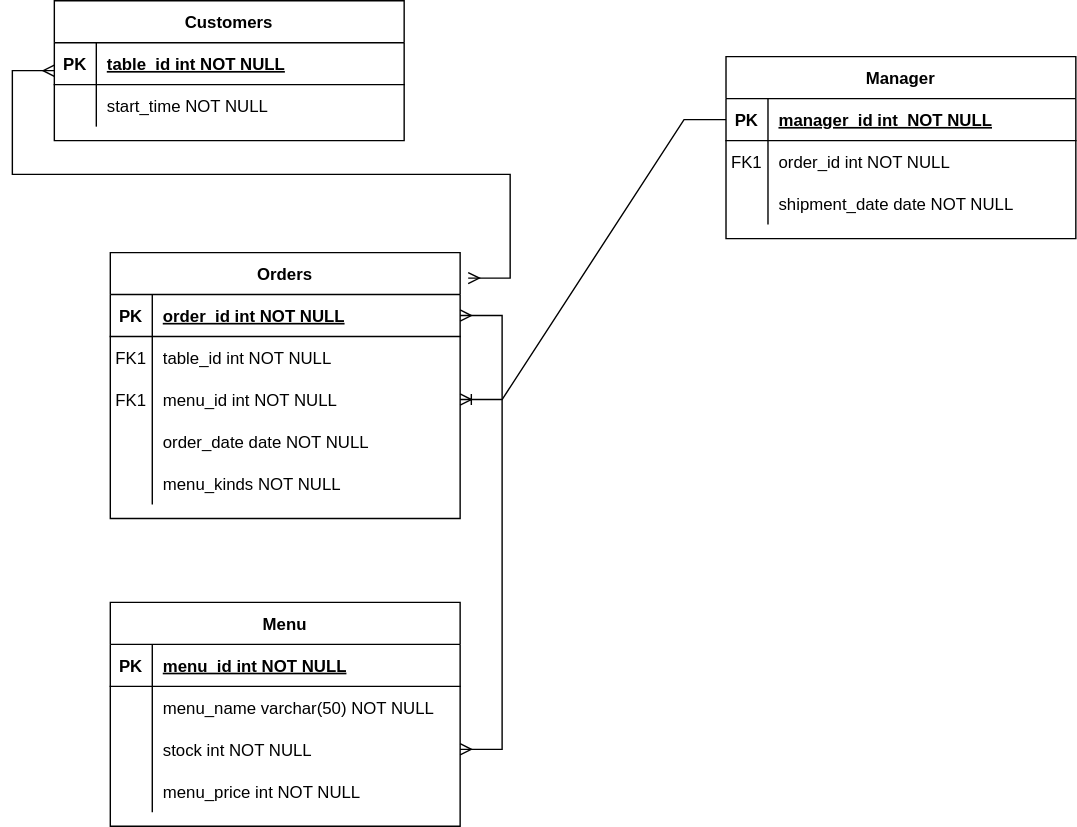
This is java-school-repeat/forProject/kiosk.drawio.svg from IamAnjaehyun/java-school, a draw.io export, as it was before one commit. Source tidied: cells renumbered, new cells last; positions are measured from the earlier drawing's top-left corner, leaving out a move shared by most shapes.
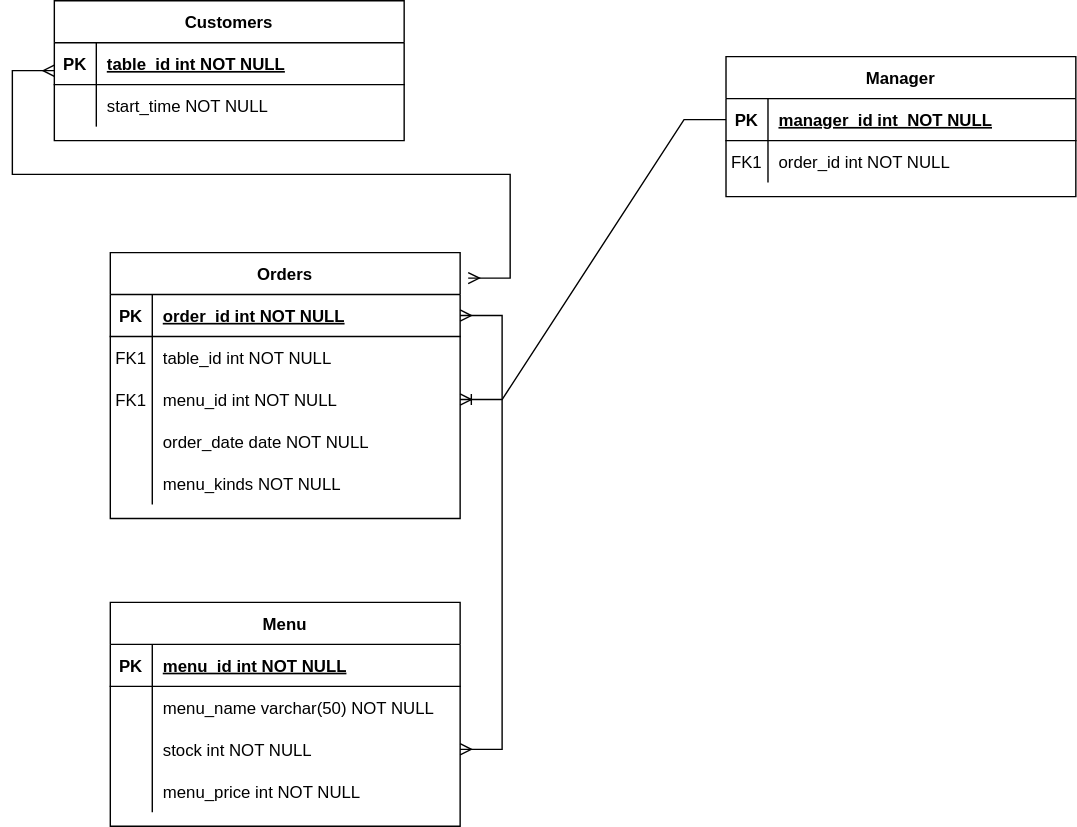
The same diagram one commit later.

The edit, as a diff of the source:
```diff
@@ -42,7 +42,7 @@
       <mxGeometry x="30" width="220" height="30" as="geometry" />
     </mxCell>
     <mxCell id="15" value="Manager" style="shape=table;startSize=30;rowLines=0;fontStyle=1;align=center;" parent="1" vertex="1">
-      <mxGeometry x="480" y="40" width="250" height="130" as="geometry" />
+      <mxGeometry x="480" y="40" width="250" height="100" as="geometry" />
     </mxCell>
     <mxCell id="16" style="shape=partialRectangle;fillColor=none;points=[[0,0.5],[1,0.5]];portConstraint=eastwest;top=0;left=0;right=0;bottom=1;" parent="15" vertex="1">
       <mxGeometry y="30" width="250" height="30" as="geometry" />
@@ -62,15 +62,6 @@
     <mxCell id="21" value="order_id int NOT NULL" style="shape=partialRectangle;overflow=hidden;fillColor=none;top=0;left=0;bottom=0;right=0;align=left;spacingLeft=6;" parent="19" vertex="1">
       <mxGeometry x="30" width="220" height="30" as="geometry" />
     </mxCell>
-    <mxCell id="22" style="shape=partialRectangle;fillColor=none;top=0;left=0;right=0;bottom=0;" parent="15" vertex="1">
-      <mxGeometry y="90" width="250" height="30" as="geometry" />
-    </mxCell>
-    <mxCell id="23" style="shape=partialRectangle;overflow=hidden;fillColor=none;top=0;left=0;bottom=0;right=0;" parent="22" vertex="1">
-      <mxGeometry width="30" height="30" as="geometry" />
-    </mxCell>
-    <mxCell id="24" value="shipment_date date NOT NULL" style="shape=partialRectangle;overflow=hidden;fillColor=none;top=0;left=0;bottom=0;right=0;align=left;spacingLeft=6;" parent="22" vertex="1">
-      <mxGeometry x="30" width="220" height="30" as="geometry" />
-    </mxCell>
     <mxCell id="25" value="Customers" style="shape=table;startSize=30;rowLines=0;fontStyle=1;align=center;" parent="1" vertex="1">
       <mxGeometry width="250" height="100" as="geometry" />
     </mxCell>
```
